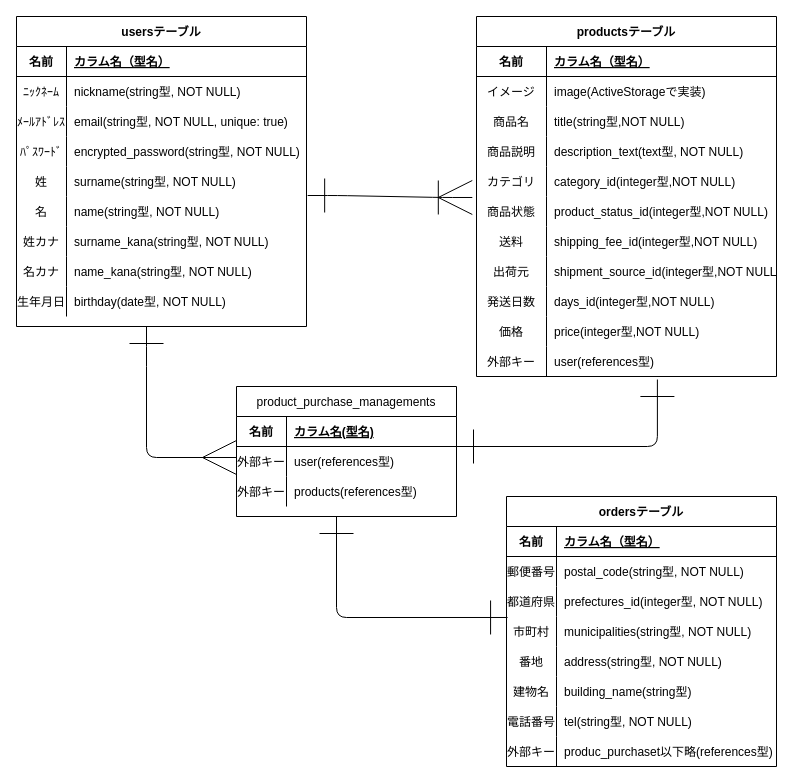
Earlier version of the draw.io diagram DBdesign.dio (Sazami4423/furima-28477). Source tidied: cells renumbered, new cells numbered last; positions are measured from the earlier drawing's top-left corner, leaving out a move shared by most shapes. Both pictures are drawn from the tidied source at 100%, with x=0, y=0 at pixel (16, 16).
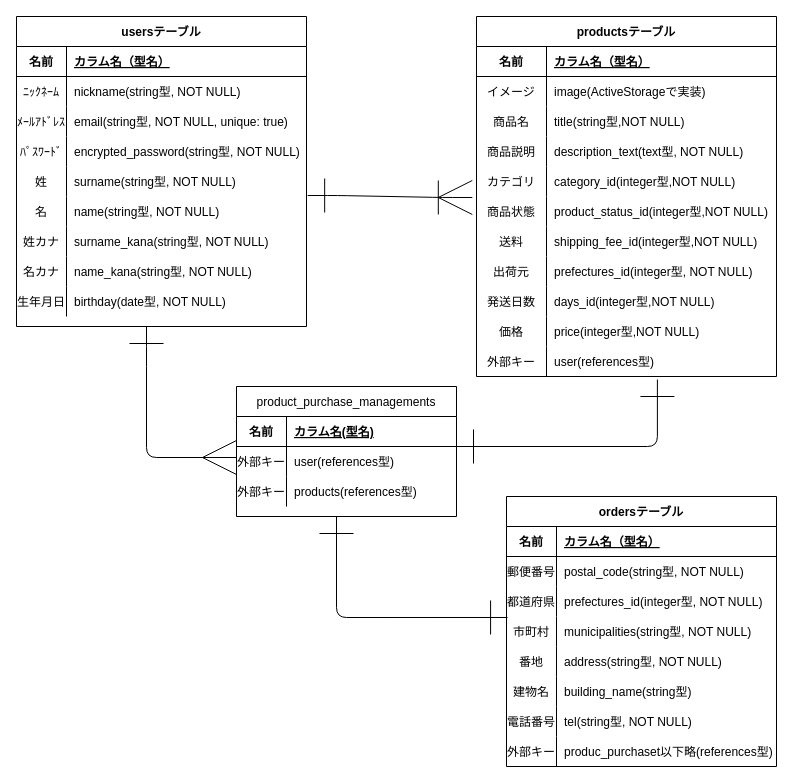
The same page after the edit.

Commit message (it also covers changes not shown here):
README,ER図の再再再修正

The change refers to these unchanged cells:
```xml
<mxCell id="24" style="shape=partialRectangle;fillColor=none;top=0;left=0;bottom=0;right=0;" parent="2" vertex="1">
  <mxGeometry y="240" width="300" height="30" as="geometry" />
</mxCell>
```

Diff of the diagram source:
```diff
@@
-    <mxCell id="26" value="shipment_source_id(integer型,NOT NULL)" style="shape=partialRectangle;fillColor=none;top=0;left=0;bottom=0;right=0;align=left;spacingLeft=6;overflow=hidden;" parent="24" vertex="1">
+    <mxCell id="26" value="prefectures_id(integer型, NOT NULL)" style="shape=partialRectangle;fillColor=none;top=0;left=0;bottom=0;right=0;align=left;spacingLeft=6;overflow=hidden;" parent="24" vertex="1">
       <mxGeometry x="70" width="230" height="30" as="geometry" />
     </mxCell>
```
